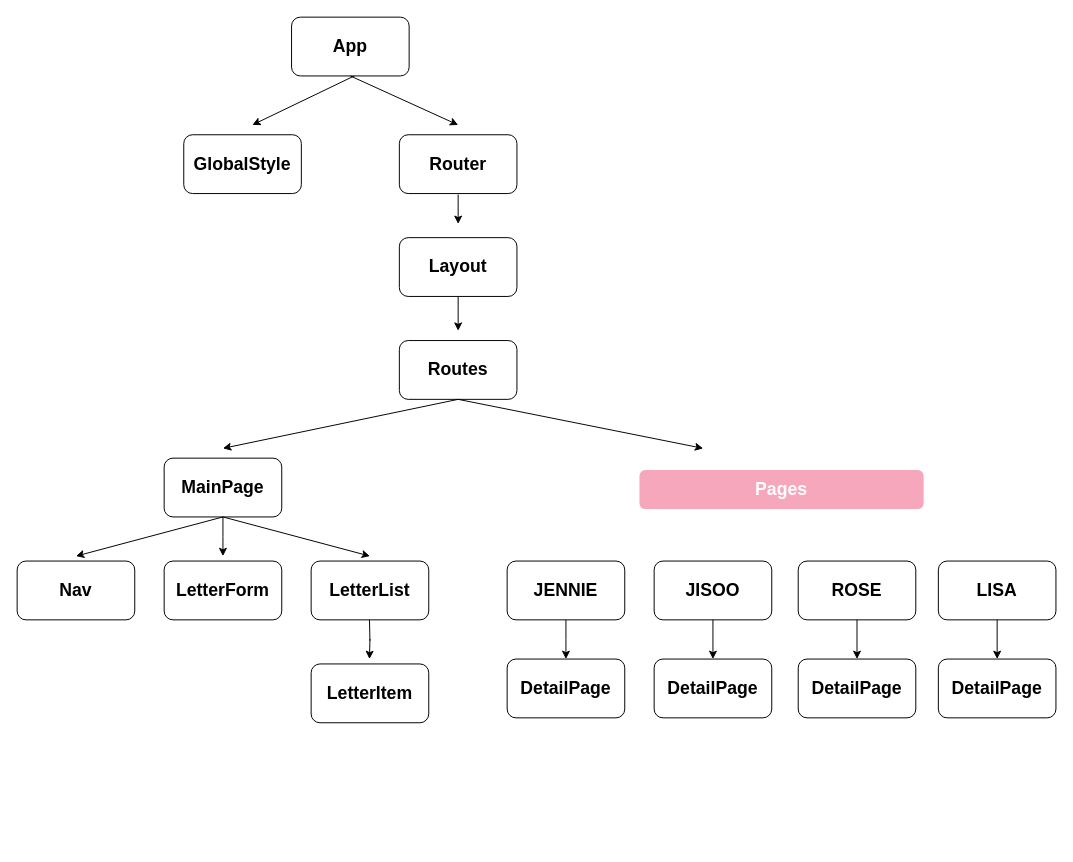
Earlier version of the draw.io diagram page "페이지-2" (2 of 2) of fan-letter-wireframe.drawio (hyun0zin/react-fan-letter). Source tidied: cells renumbered, new cells numbered last; positions are measured from the earlier drawing's top-left corner, leaving out a move shared by most shapes. Both pictures are drawn from the tidied source at 98%, with x=0, y=0 at pixel (17, 17).
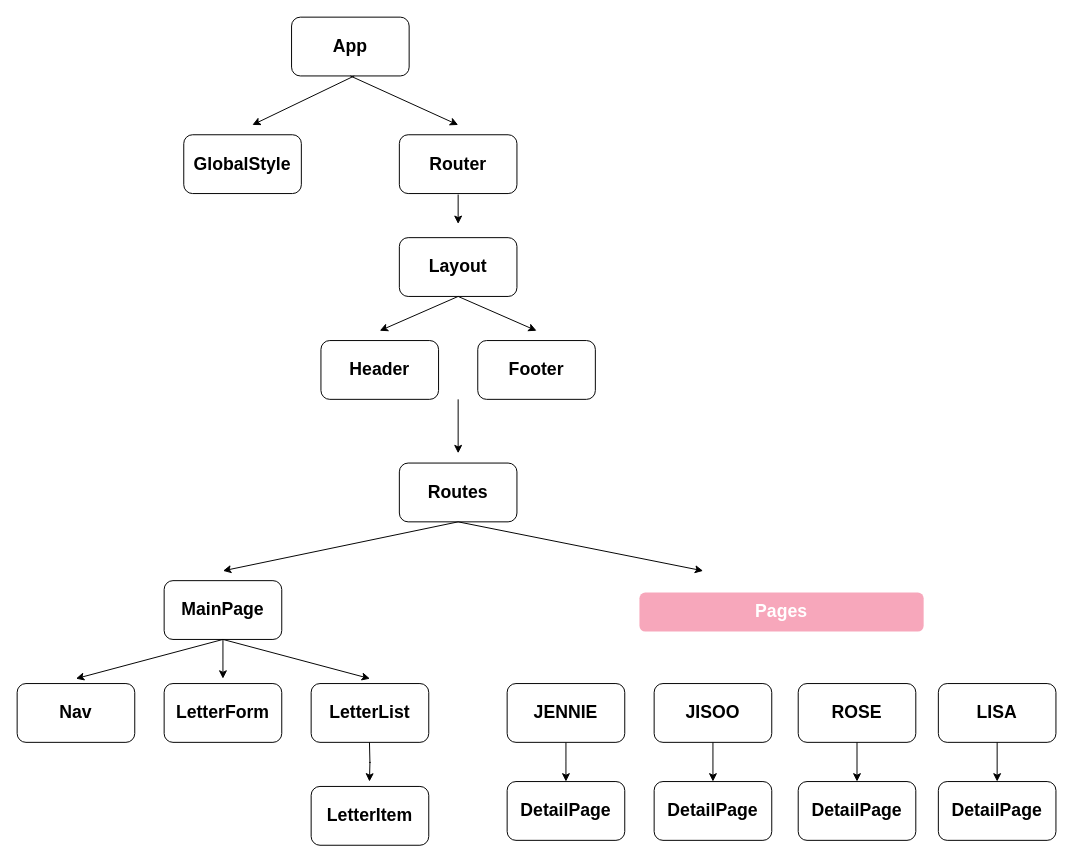
The same diagram, later.

Change to the diagram source:
```diff
@@
+    <mxCell id="7" value="&lt;span style=&quot;font-size: 18px;&quot;&gt;&lt;b&gt;Layout&lt;/b&gt;&lt;/span&gt;" style="rounded=1;whiteSpace=wrap;html=1;" parent="1" vertex="1">
+      <mxGeometry x="390" y="225" width="120" height="60" as="geometry" />
+    </mxCell>
+    <mxCell id="36" style="endArrow=classic;html=1;rounded=0;exitX=0.5;exitY=1;exitDx=0;exitDy=0;" parent="1" edge="1">
+      <mxGeometry relative="1" as="geometry">
+        <mxPoint x="344" y="60" as="sourcePoint" />
+        <mxPoint x="240" y="110" as="targetPoint" />
+      </mxGeometry>
+    </mxCell>
+    <mxCell id="37" style="endArrow=classic;html=1;rounded=0;" parent="1" edge="1">
+      <mxGeometry relative="1" as="geometry">
+        <mxPoint x="340" y="60" as="sourcePoint" />
+        <mxPoint x="450" y="110" as="targetPoint" />
+      </mxGeometry>
+    </mxCell>
+    <mxCell id="38" style="group;" parent="1" vertex="1">
+      <mxGeometry y="410" width="1060" height="435" as="geometry" />
+    </mxCell>
-    <mxCell id="6" style="edgeStyle=orthogonalEdgeStyle;rounded=0;orthogonalLoop=1;jettySize=auto;html=1;exitX=0.5;exitY=1;exitDx=0;exitDy=0;" parent="1" edge="1">
+    <mxCell id="6" style="edgeStyle=orthogonalEdgeStyle;rounded=0;orthogonalLoop=1;jettySize=auto;html=1;" parent="38" edge="1">
       <mxGeometry relative="1" as="geometry">
-        <mxPoint x="450" y="285" as="sourcePoint" />
-        <mxPoint x="450" y="320" as="targetPoint" />
+        <mxPoint x="450" y="-20" as="sourcePoint" />
+        <mxPoint x="450" y="35" as="targetPoint" />
       </mxGeometry>
     </mxCell>
-    <mxCell id="7" value="&lt;span style=&quot;font-size: 18px;&quot;&gt;&lt;b&gt;Layout&lt;/b&gt;&lt;/span&gt;" style="rounded=1;whiteSpace=wrap;html=1;" parent="1" vertex="1">
-      <mxGeometry x="390" y="225" width="120" height="60" as="geometry" />
-    </mxCell>
-    <mxCell id="8" value="&lt;font style=&quot;font-size: 18px;&quot;&gt;&lt;b&gt;Routes&lt;/b&gt;&lt;/font&gt;" style="rounded=1;whiteSpace=wrap;html=1;" parent="1" vertex="1">
-      <mxGeometry x="390" y="330" width="120" height="60" as="geometry" />
+    <mxCell id="8" value="&lt;font style=&quot;font-size: 18px;&quot;&gt;&lt;b&gt;Routes&lt;/b&gt;&lt;/font&gt;" style="rounded=1;whiteSpace=wrap;html=1;" parent="38" vertex="1">
+      <mxGeometry x="390" y="45" width="120" height="60" as="geometry" />
     </mxCell>
-    <mxCell id="9" style="group;" parent="1" vertex="1">
-      <mxGeometry x="500" y="555" width="560" height="160" as="geometry" />
+    <mxCell id="9" style="group;" parent="38" vertex="1">
+      <mxGeometry x="500" y="270" width="560" height="160" as="geometry" />
     </mxCell>
@@
-    <mxCell id="23" value="&lt;font style=&quot;font-size: 18px;&quot;&gt;&lt;b&gt;Pages&lt;/b&gt;&lt;/font&gt;" style="rounded=1;whiteSpace=wrap;html=1;fillColor=#F7A7BB;strokeColor=none;fontColor=#FFFFFF;" parent="1" vertex="1">
-      <mxGeometry x="635" y="462" width="290" height="40" as="geometry" />
+    <mxCell id="23" value="&lt;font style=&quot;font-size: 18px;&quot;&gt;&lt;b&gt;Pages&lt;/b&gt;&lt;/font&gt;" style="rounded=1;whiteSpace=wrap;html=1;fillColor=#F7A7BB;strokeColor=none;fontColor=#FFFFFF;" parent="38" vertex="1">
+      <mxGeometry x="635" y="177" width="290" height="40" as="geometry" />
     </mxCell>
-    <mxCell id="24" style="endArrow=classic;html=1;rounded=0;exitX=0.5;exitY=1;exitDx=0;exitDy=0;" parent="1" edge="1">
+    <mxCell id="24" style="endArrow=classic;html=1;rounded=0;exitX=0.5;exitY=1;exitDx=0;exitDy=0;" parent="38" edge="1">
       <mxGeometry relative="1" as="geometry">
-        <mxPoint x="450" y="390" as="sourcePoint" />
-        <mxPoint x="210" y="440" as="targetPoint" />
+        <mxPoint x="450" y="105" as="sourcePoint" />
+        <mxPoint x="210" y="155" as="targetPoint" />
       </mxGeometry>
     </mxCell>
-    <mxCell id="25" style="group;" parent="1" vertex="1">
-      <mxGeometry y="450" width="420" height="270" as="geometry" />
+    <mxCell id="25" style="group;" parent="38" vertex="1">
+      <mxGeometry y="165" width="420" height="270" as="geometry" />
     </mxCell>
@@
-    <mxCell id="35" style="endArrow=classic;html=1;rounded=0;exitX=0.5;exitY=1;exitDx=0;exitDy=0;" parent="1" edge="1">
+    <mxCell id="35" style="endArrow=classic;html=1;rounded=0;exitX=0.5;exitY=1;exitDx=0;exitDy=0;" parent="38" edge="1">
       <mxGeometry relative="1" as="geometry">
-        <mxPoint x="450" y="390" as="sourcePoint" />
-        <mxPoint x="700" y="440" as="targetPoint" />
+        <mxPoint x="450" y="105" as="sourcePoint" />
+        <mxPoint x="700" y="155" as="targetPoint" />
       </mxGeometry>
     </mxCell>
-    <mxCell id="36" style="endArrow=classic;html=1;rounded=0;exitX=0.5;exitY=1;exitDx=0;exitDy=0;" parent="1" edge="1">
-      <mxGeometry relative="1" as="geometry">
-        <mxPoint x="344" y="60" as="sourcePoint" />
-        <mxPoint x="240" y="110" as="targetPoint" />
-      </mxGeometry>
-    </mxCell>
-    <mxCell id="37" style="endArrow=classic;html=1;rounded=0;" parent="1" edge="1">
-      <mxGeometry relative="1" as="geometry">
-        <mxPoint x="340" y="60" as="sourcePoint" />
-        <mxPoint x="450" y="110" as="targetPoint" />
-      </mxGeometry>
-    </mxCell>
+    <mxCell id="39" value="&lt;span style=&quot;font-size: 18px;&quot;&gt;&lt;b&gt;Header&lt;/b&gt;&lt;/span&gt;" style="rounded=1;whiteSpace=wrap;html=1;" parent="1" vertex="1">
+      <mxGeometry x="310" y="330" width="120" height="60" as="geometry" />
+    </mxCell>
+    <mxCell id="40" value="&lt;span style=&quot;font-size: 18px;&quot;&gt;&lt;b&gt;Footer&lt;/b&gt;&lt;/span&gt;" style="rounded=1;whiteSpace=wrap;html=1;" parent="1" vertex="1">
+      <mxGeometry x="470" y="330" width="120" height="60" as="geometry" />
+    </mxCell>
+    <mxCell id="41" style="endArrow=classic;html=1;rounded=0;exitX=0.5;exitY=1;exitDx=0;exitDy=0;" parent="1" edge="1">
+      <mxGeometry relative="1" as="geometry">
+        <mxPoint x="450" y="285" as="sourcePoint" />
+        <mxPoint x="370" y="320" as="targetPoint" />
+      </mxGeometry>
+    </mxCell>
+    <mxCell id="42" style="endArrow=classic;html=1;rounded=0;exitX=0.5;exitY=1;exitDx=0;exitDy=0;" parent="1" edge="1">
+      <mxGeometry relative="1" as="geometry">
+        <mxPoint x="450" y="285" as="sourcePoint" />
+        <mxPoint x="530" y="320" as="targetPoint" />
+      </mxGeometry>
+    </mxCell>
```
